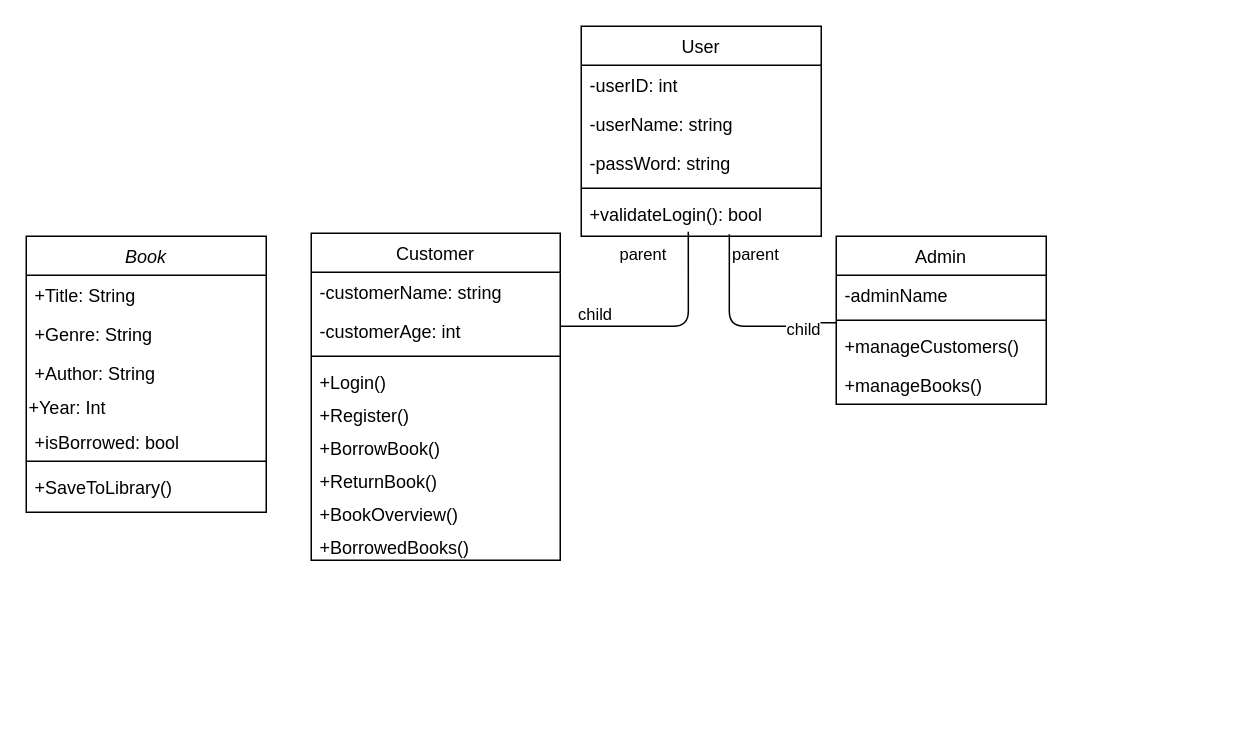
Earlier version of the draw.io diagram Untitled Diagram.drawio (Mim1c/The-Repository). Source tidied: cells renumbered, new cells numbered last; positions are measured from the earlier drawing's top-left corner, leaving out a move shared by most shapes. Both pictures are drawn from the tidied source at 150%, with x=0, y=0 at pixel (26, 26).
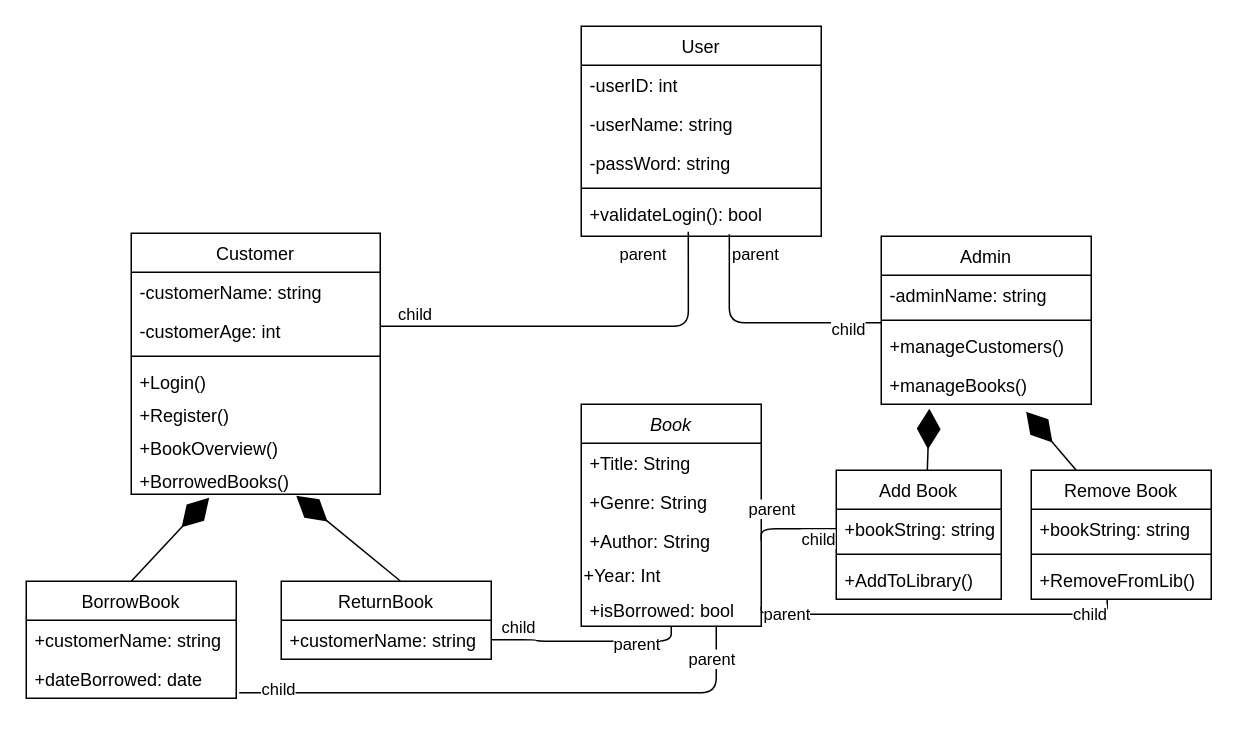
Above is the later version.

The change refers to these unchanged cells:
```xml
<mxCell id="15" value="+validateLogin(): bool" style="text;align=left;verticalAlign=top;spacingLeft=4;spacingRight=4;overflow=hidden;points=[[0,0.5],[1,0.5]];portConstraint=eastwest;" parent="10" vertex="1">
  <mxGeometry y="112" width="160" height="26" as="geometry" />
</mxCell>
<mxCell id="33" value="+manageBooks()" style="text;strokeColor=none;fillColor=none;align=left;verticalAlign=top;spacingLeft=4;spacingRight=4;overflow=hidden;points=[[0,0.5],[1,0.5]];portConstraint=eastwest;" parent="29" vertex="1">
  <mxGeometry y="86" width="140" height="26" as="geometry" />
</mxCell>
```

What changed in the source:
```diff
@@
     <mxCell id="2" value="Book" style="swimlane;fontStyle=2;align=center;verticalAlign=top;horizontal=1;startSize=26;rounded=0;shadow=0;strokeWidth=1;" parent="1" vertex="1">
-      <mxGeometry y="140" width="160" height="184" as="geometry" />
+      <mxGeometry x="370" y="252" width="120" height="148" as="geometry" />
     </mxCell>
     <mxCell id="3" value="+Title: String" style="text;align=left;verticalAlign=top;spacingLeft=4;spacingRight=4;overflow=hidden;" parent="2" vertex="1">
-      <mxGeometry y="26" width="160" height="26" as="geometry" />
+      <mxGeometry y="26" width="120" height="26" as="geometry" />
     </mxCell>
     <mxCell id="4" value="+Genre: String" style="text;align=left;verticalAlign=top;spacingLeft=4;spacingRight=4;overflow=hidden;rounded=0;shadow=0;html=0;" parent="2" vertex="1">
-      <mxGeometry y="52" width="160" height="26" as="geometry" />
+      <mxGeometry y="52" width="120" height="26" as="geometry" />
     </mxCell>
     <mxCell id="5" value="+Author: String" style="text;align=left;verticalAlign=top;spacingLeft=4;spacingRight=4;overflow=hidden;points=[[0,0.5],[1,0.5]];portConstraint=eastwest;rounded=0;shadow=0;html=0;" parent="2" vertex="1">
-      <mxGeometry y="78" width="160" height="26" as="geometry" />
+      <mxGeometry y="78" width="120" height="26" as="geometry" />
     </mxCell>
     <mxCell id="6" value="+Year: Int" style="text;strokeColor=none;fillColor=none;align=left;verticalAlign=middle;rounded=0;" parent="2" vertex="1">
-      <mxGeometry y="104" width="160" height="20" as="geometry" />
+      <mxGeometry y="104" width="120" height="20" as="geometry" />
     </mxCell>
     <mxCell id="7" value="+isBorrowed: bool" style="text;strokeColor=none;fillColor=none;align=left;verticalAlign=top;spacingLeft=4;spacingRight=4;overflow=hidden;points=[[0,0.5],[1,0.5]];portConstraint=eastwest;" parent="2" vertex="1">
-      <mxGeometry y="124" width="160" height="22" as="geometry" />
+      <mxGeometry y="124" width="120" height="22" as="geometry" />
     </mxCell>
-    <mxCell id="8" style="line;html=1;strokeWidth=1;align=left;verticalAlign=middle;spacingTop=-1;spacingLeft=3;spacingRight=3;labelPosition=right;" parent="2" vertex="1">
-      <mxGeometry y="146" width="160" height="8" as="geometry" />
-    </mxCell>
-    <mxCell id="9" value="+SaveToLibrary()" style="text;align=left;verticalAlign=top;spacingLeft=4;spacingRight=4;overflow=hidden;" parent="2" vertex="1">
-      <mxGeometry y="154" width="160" height="30" as="geometry" />
-    </mxCell>
@@
     <mxCell id="16" value="Customer" style="swimlane;fontStyle=0;horizontal=1;startSize=26;fillColor=none;align=center;html=0;" parent="1" vertex="1">
-      <mxGeometry x="190" y="138" width="166" height="218" as="geometry" />
+      <mxGeometry x="70" y="138" width="166" height="174" as="geometry" />
     </mxCell>
@@
-    <mxCell id="22" value="+BorrowBook()" style="text;strokeColor=none;fillColor=none;align=left;verticalAlign=top;spacingLeft=4;spacingRight=4;overflow=hidden;" parent="16" vertex="1">
-      <mxGeometry y="130" width="166" height="22" as="geometry" />
-    </mxCell>
-    <mxCell id="23" value="+ReturnBook()" style="text;strokeColor=none;fillColor=none;align=left;verticalAlign=top;spacingLeft=4;spacingRight=4;overflow=hidden;" parent="16" vertex="1">
-      <mxGeometry y="152" width="166" height="22" as="geometry" />
-    </mxCell>
     <mxCell id="24" value="+BookOverview()" style="text;strokeColor=none;fillColor=none;align=left;verticalAlign=top;spacingLeft=4;spacingRight=4;overflow=hidden;" parent="16" vertex="1">
-      <mxGeometry y="174" width="166" height="22" as="geometry" />
+      <mxGeometry y="130" width="166" height="22" as="geometry" />
     </mxCell>
     <mxCell id="25" value="+BorrowedBooks()" style="text;strokeColor=none;fillColor=none;align=left;verticalAlign=top;spacingLeft=4;spacingRight=4;overflow=hidden;points=[[0,0.5],[1,0.5]];portConstraint=eastwest;" parent="16" vertex="1">
-      <mxGeometry y="196" width="166" height="22" as="geometry" />
+      <mxGeometry y="152" width="166" height="22" as="geometry" />
     </mxCell>
@@
     <mxCell id="29" value="Admin" style="swimlane;fontStyle=0;horizontal=1;startSize=26;fillColor=none;align=center;html=0;" parent="1" vertex="1">
-      <mxGeometry x="540" y="140" width="140" height="112" as="geometry" />
+      <mxGeometry x="570" y="140" width="140" height="112" as="geometry" />
     </mxCell>
-    <mxCell id="30" value="-adminName" style="text;strokeColor=none;fillColor=none;align=left;verticalAlign=top;spacingLeft=4;spacingRight=4;overflow=hidden;points=[[0,0.5],[1,0.5]];portConstraint=eastwest;" parent="29" vertex="1">
+    <mxCell id="30" value="-adminName: string" style="text;strokeColor=none;fillColor=none;align=left;verticalAlign=top;spacingLeft=4;spacingRight=4;overflow=hidden;points=[[0,0.5],[1,0.5]];portConstraint=eastwest;" parent="29" vertex="1">
       <mxGeometry y="26" width="140" height="26" as="geometry" />
     </mxCell>
@@
     <mxCell id="34" style="endArrow=none;html=1;edgeStyle=orthogonalEdgeStyle;exitX=0.617;exitY=1.026;exitDx=0;exitDy=0;exitPerimeter=0;entryX=0;entryY=1.218;entryDx=0;entryDy=0;entryPerimeter=0;" parent="1" edge="1" source="15" target="30">
       <mxGeometry relative="1" as="geometry">
         <Array as="points">
-          <mxPoint x="469" y="200" />
-          <mxPoint x="520" y="200" />
-          <mxPoint x="520" y="198" />
+          <mxPoint x="469" y="198" />
         </Array>
       </mxGeometry>
     </mxCell>
@@
     <mxCell id="36" value="child" style="edgeLabel;html=1;align=right;verticalAlign=bottom;" parent="34" vertex="1">
       <mxGeometry x="1" relative="1" as="geometry">
-        <mxPoint x="-10" y="12.3" as="offset" />
+        <mxPoint x="-9.7" y="12.3" as="offset" />
       </mxGeometry>
     </mxCell>
+    <mxCell id="37" value="BorrowBook" style="swimlane;fontStyle=0;horizontal=1;startSize=26;fillColor=none;align=center;html=0;" parent="1" vertex="1">
+      <mxGeometry y="370" width="140" height="78" as="geometry" />
+    </mxCell>
+    <mxCell id="38" value="+customerName: string" style="text;strokeColor=none;fillColor=none;align=left;verticalAlign=top;spacingLeft=4;spacingRight=4;overflow=hidden;" parent="37" vertex="1">
+      <mxGeometry y="26" width="140" height="26" as="geometry" />
+    </mxCell>
+    <mxCell id="39" value="+dateBorrowed: date" style="text;strokeColor=none;fillColor=none;align=left;verticalAlign=top;spacingLeft=4;spacingRight=4;overflow=hidden;points=[[0,0.5],[1,0.5]];portConstraint=eastwest;" parent="37" vertex="1">
+      <mxGeometry y="52" width="140" height="26" as="geometry" />
+    </mxCell>
+    <mxCell id="40" value="ReturnBook" style="swimlane;fontStyle=0;horizontal=1;startSize=26;fillColor=none;align=center;html=0;" parent="1" vertex="1">
+      <mxGeometry x="170" y="370" width="140" height="52" as="geometry" />
+    </mxCell>
+    <mxCell id="41" value="+customerName: string" style="text;strokeColor=none;fillColor=none;align=left;verticalAlign=top;spacingLeft=4;spacingRight=4;overflow=hidden;points=[[0,0.5],[1,0.5]];portConstraint=eastwest;" parent="40" vertex="1">
+      <mxGeometry y="26" width="140" height="26" as="geometry" />
+    </mxCell>
+    <mxCell id="42" style="endArrow=diamondThin;endFill=1;endSize=24;html=1;exitX=0.5;exitY=0;exitDx=0;exitDy=0;entryX=0.313;entryY=1.106;entryDx=0;entryDy=0;entryPerimeter=0;" parent="1" edge="1" source="37" target="25">
+      <mxGeometry relative="1" as="geometry" />
+    </mxCell>
+    <mxCell id="43" style="endArrow=diamondThin;endFill=1;endSize=24;html=1;exitX=0.567;exitY=-0.003;exitDx=0;exitDy=0;exitPerimeter=0;" parent="1" edge="1" source="40">
+      <mxGeometry relative="1" as="geometry">
+        <mxPoint x="180" y="313" as="targetPoint" />
+      </mxGeometry>
+    </mxCell>
+    <mxCell id="44" style="endArrow=none;html=1;edgeStyle=orthogonalEdgeStyle;exitX=0.5;exitY=1;exitDx=0;exitDy=0;entryX=1;entryY=0.5;entryDx=0;entryDy=0;" parent="1" edge="1" source="2" target="41">
+      <mxGeometry relative="1" as="geometry" />
+    </mxCell>
+    <mxCell id="45" value="parent" style="edgeLabel;html=1;align=left;verticalAlign=bottom;" parent="44" vertex="1">
+      <mxGeometry x="-1" relative="1" as="geometry">
+        <mxPoint x="-40" y="20" as="offset" />
+      </mxGeometry>
+    </mxCell>
+    <mxCell id="46" value="child" style="edgeLabel;html=1;align=right;verticalAlign=bottom;" parent="44" vertex="1">
+      <mxGeometry x="1" relative="1" as="geometry">
+        <mxPoint x="30" as="offset" />
+      </mxGeometry>
+    </mxCell>
+    <mxCell id="47" style="endArrow=none;html=1;edgeStyle=orthogonalEdgeStyle;exitX=0.75;exitY=1;exitDx=0;exitDy=0;entryX=1.014;entryY=0.859;entryDx=0;entryDy=0;entryPerimeter=0;" parent="1" edge="1" source="2" target="39">
+      <mxGeometry relative="1" as="geometry" />
+    </mxCell>
+    <mxCell id="48" value="parent" style="edgeLabel;html=1;align=left;verticalAlign=bottom;" parent="47" vertex="1">
+      <mxGeometry x="-1" relative="1" as="geometry">
+        <mxPoint x="-20" y="30" as="offset" />
+      </mxGeometry>
+    </mxCell>
+    <mxCell id="49" value="child" style="edgeLabel;html=1;align=right;verticalAlign=bottom;" parent="47" vertex="1">
+      <mxGeometry x="1" relative="1" as="geometry">
+        <mxPoint x="37.7" y="5.7" as="offset" />
+      </mxGeometry>
+    </mxCell>
+    <mxCell id="50" value="Add Book" style="swimlane;fontStyle=0;horizontal=1;startSize=26;fillColor=none;align=center;html=0;" parent="1" vertex="1">
+      <mxGeometry x="540" y="296" width="110" height="86" as="geometry" />
+    </mxCell>
+    <mxCell id="51" value="+bookString: string" style="text;strokeColor=none;fillColor=none;align=left;verticalAlign=top;spacingLeft=4;spacingRight=4;overflow=hidden;points=[[0,0.5],[1,0.5]];portConstraint=eastwest;" parent="50" vertex="1">
+      <mxGeometry y="26" width="110" height="26" as="geometry" />
+    </mxCell>
+    <mxCell id="52" style="line;strokeWidth=1;fillColor=none;align=left;verticalAlign=middle;spacingTop=-1;spacingLeft=3;spacingRight=3;labelPosition=right;html=0;" parent="50" vertex="1">
+      <mxGeometry y="52" width="110" height="8" as="geometry" />
+    </mxCell>
+    <mxCell id="53" value="+AddToLibrary()" style="text;strokeColor=none;fillColor=none;align=left;verticalAlign=top;spacingLeft=4;spacingRight=4;overflow=hidden;" parent="50" vertex="1">
+      <mxGeometry y="60" width="110" height="26" as="geometry" />
+    </mxCell>
+    <mxCell id="54" style="endArrow=diamondThin;endFill=1;endSize=24;html=1;entryX=0.229;entryY=1.115;entryDx=0;entryDy=0;entryPerimeter=0;exitX=0.552;exitY=-0.003;exitDx=0;exitDy=0;exitPerimeter=0;" parent="1" edge="1" source="50" target="33">
+      <mxGeometry relative="1" as="geometry" />
+    </mxCell>
+    <mxCell id="55" value="Remove Book" style="swimlane;fontStyle=0;horizontal=1;startSize=26;fillColor=none;align=center;html=0;" parent="1" vertex="1">
+      <mxGeometry x="670" y="296" width="120" height="86" as="geometry" />
+    </mxCell>
+    <mxCell id="56" value="+bookString: string" style="text;strokeColor=none;fillColor=none;align=left;verticalAlign=top;spacingLeft=4;spacingRight=4;overflow=hidden;" parent="55" vertex="1">
+      <mxGeometry y="26" width="120" height="26" as="geometry" />
+    </mxCell>
+    <mxCell id="57" style="line;strokeWidth=1;fillColor=none;align=left;verticalAlign=middle;spacingTop=-1;spacingLeft=3;spacingRight=3;labelPosition=right;html=0;" parent="55" vertex="1">
+      <mxGeometry y="52" width="120" height="8" as="geometry" />
+    </mxCell>
+    <mxCell id="58" value="+RemoveFromLib()" style="text;strokeColor=none;fillColor=none;align=left;verticalAlign=top;spacingLeft=4;spacingRight=4;overflow=hidden;points=[[0,0.5],[1,0.5]];portConstraint=eastwest;" parent="55" vertex="1">
+      <mxGeometry y="60" width="120" height="26" as="geometry" />
+    </mxCell>
+    <mxCell id="59" style="endArrow=diamondThin;endFill=1;endSize=24;html=1;entryX=0.69;entryY=1.192;entryDx=0;entryDy=0;entryPerimeter=0;exitX=0.25;exitY=0;exitDx=0;exitDy=0;" parent="1" edge="1" source="55" target="33">
+      <mxGeometry relative="1" as="geometry" />
+    </mxCell>
+    <mxCell id="60" style="endArrow=none;html=1;edgeStyle=orthogonalEdgeStyle;exitX=1;exitY=0.5;exitDx=0;exitDy=0;entryX=0;entryY=0.5;entryDx=0;entryDy=0;" parent="1" edge="1" source="5" target="51">
+      <mxGeometry relative="1" as="geometry">
+        <Array as="points">
+          <mxPoint x="490" y="335" />
+        </Array>
+      </mxGeometry>
+    </mxCell>
+    <mxCell id="61" value="parent" style="edgeLabel;html=1;align=left;verticalAlign=bottom;" parent="60" vertex="1">
+      <mxGeometry x="-1" relative="1" as="geometry">
+        <mxPoint x="-10" y="-13" as="offset" />
+      </mxGeometry>
+    </mxCell>
+    <mxCell id="62" value="child" style="edgeLabel;html=1;align=right;verticalAlign=bottom;" parent="60" vertex="1">
+      <mxGeometry x="1" relative="1" as="geometry">
+        <mxPoint y="15" as="offset" />
+      </mxGeometry>
+    </mxCell>
+    <mxCell id="63" style="endArrow=none;html=1;edgeStyle=orthogonalEdgeStyle;entryX=0.422;entryY=1.013;entryDx=0;entryDy=0;entryPerimeter=0;exitX=1;exitY=0.5;exitDx=0;exitDy=0;" parent="1" edge="1" source="7" target="58">
+      <mxGeometry relative="1" as="geometry">
+        <Array as="points">
+          <mxPoint x="490" y="392" />
+          <mxPoint x="721" y="392" />
+        </Array>
+      </mxGeometry>
+    </mxCell>
+    <mxCell id="64" value="parent" style="edgeLabel;html=1;align=left;verticalAlign=bottom;" parent="63" vertex="1">
+      <mxGeometry x="-1" relative="1" as="geometry">
+        <mxPoint y="13" as="offset" />
+      </mxGeometry>
+    </mxCell>
+    <mxCell id="65" value="child" style="edgeLabel;html=1;align=right;verticalAlign=bottom;" parent="63" vertex="1">
+      <mxGeometry x="1" relative="1" as="geometry">
+        <mxPoint y="17.4" as="offset" />
+      </mxGeometry>
+    </mxCell>
```
